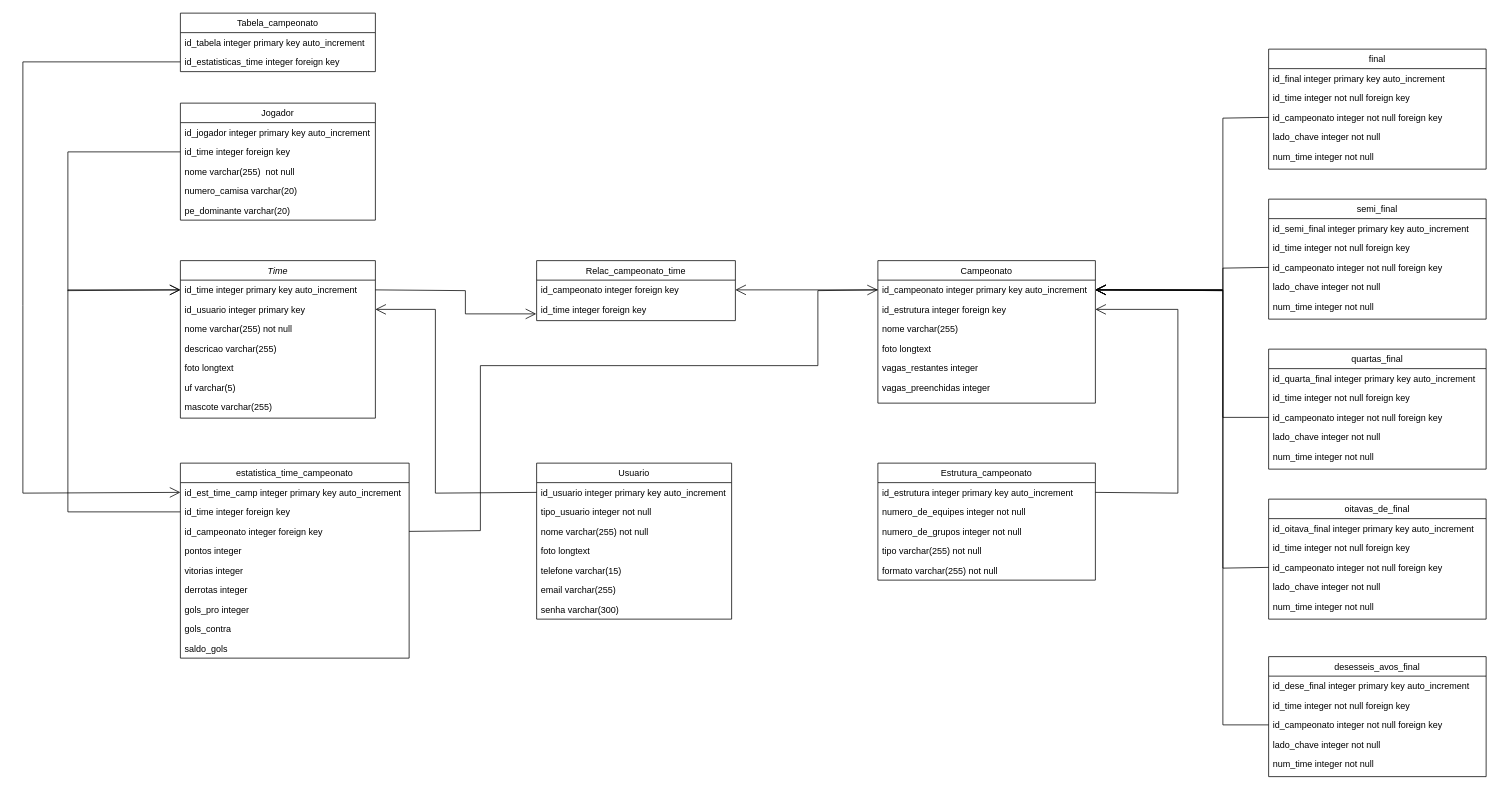
Before: documentos/uml/uml.drawio in DanielS262/campeonato, a draw.io diagram. Source tidied: cells renumbered, new cells numbered last; positions are measured from the earlier drawing's top-left corner, leaving out a move shared by most shapes. Both pictures are drawn from the tidied source at 75%, with x=0, y=0 at pixel (22, 13).
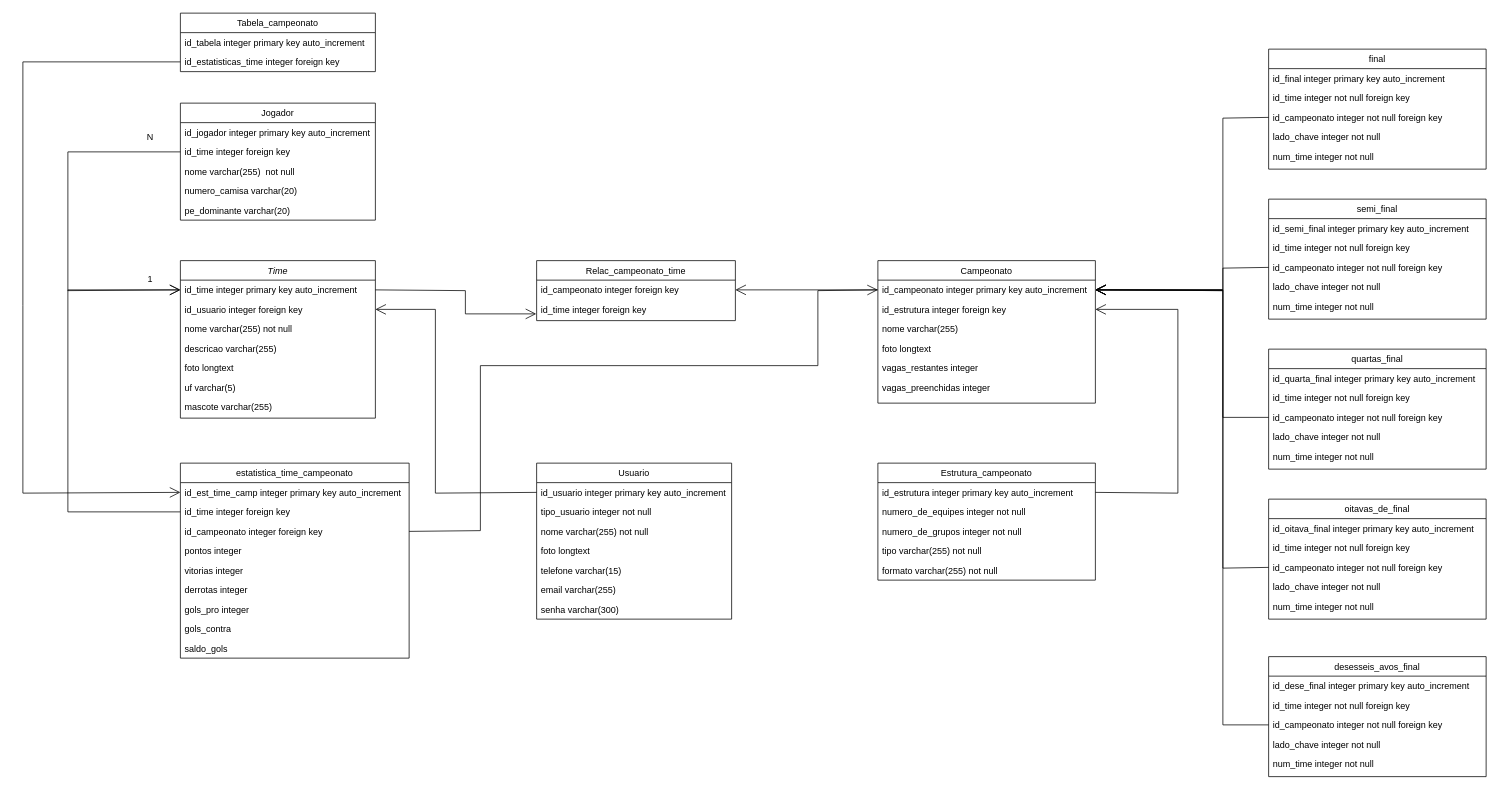
The same diagram, later.

Unchanged cells that the change refers to:
```xml
<mxCell id="2" value="Time" style="swimlane;fontStyle=2;align=center;verticalAlign=top;horizontal=1;startSize=26;rounded=0;shadow=0;strokeWidth=1;" parent="1" vertex="1">
  <mxGeometry x="210" y="330" width="260" height="210" as="geometry" />
</mxCell>
```

What changed in the source:
```diff
@@
-    <mxCell id="4" value="id_usuario integer primary key" style="text;align=left;verticalAlign=top;spacingLeft=4;spacingRight=4;overflow=hidden;points=[[0,0.5],[1,0.5]];portConstraint=eastwest;rounded=0;shadow=0;html=0;" parent="2" vertex="1">
+    <mxCell id="4" value="id_usuario integer foreign key" style="text;align=left;verticalAlign=top;spacingLeft=4;spacingRight=4;overflow=hidden;points=[[0,0.5],[1,0.5]];portConstraint=eastwest;rounded=0;shadow=0;html=0;" parent="2" vertex="1">
       <mxGeometry y="52" width="260" height="26" as="geometry" />
     </mxCell>
@@
+    <mxCell id="96" value="1" style="text;html=1;strokeColor=none;fillColor=none;align=center;verticalAlign=middle;whiteSpace=wrap;rounded=0;" parent="1" vertex="1">
+      <mxGeometry x="140" y="340" width="60" height="30" as="geometry" />
+    </mxCell>
+    <mxCell id="97" value="N" style="text;html=1;strokeColor=none;fillColor=none;align=center;verticalAlign=middle;whiteSpace=wrap;rounded=0;" parent="1" vertex="1">
+      <mxGeometry x="140" y="150" width="60" height="30" as="geometry" />
+    </mxCell>
```
